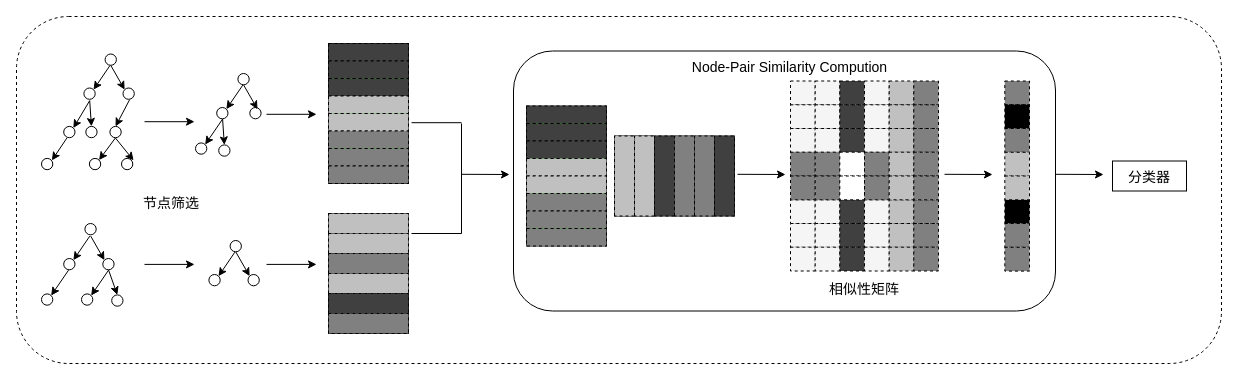
Before: page "sim" (5 of 7) of overview-tongxin.drawio in LxkdGithub/draw.io, a draw.io diagram. Source tidied: cells renumbered, new cells numbered last; positions are measured from the earlier drawing's top-left corner, leaving out a move shared by most shapes. Both pictures are drawn from the tidied source at 100%, with x=0, y=0 at pixel (16, 16).
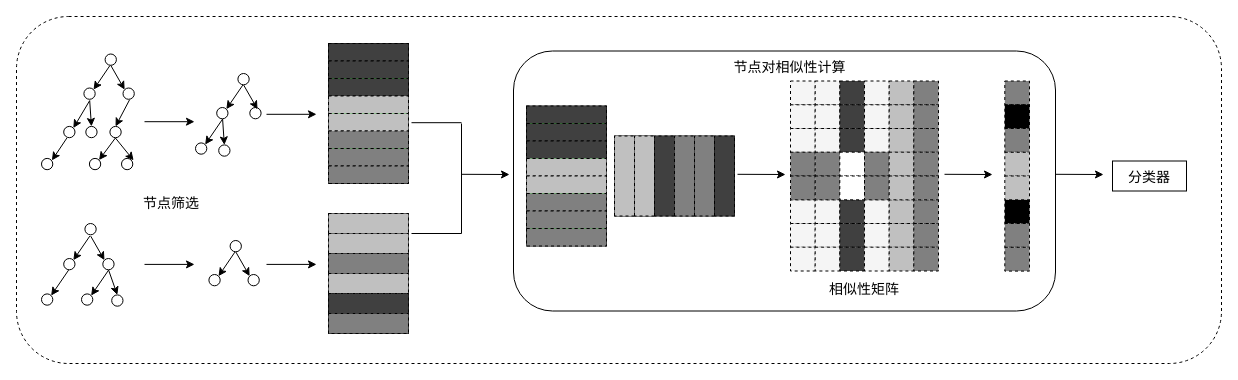
After the change.

Diff of the diagram source:
```diff
@@
-    <mxCell id="153" value="Node-Pair Similarity Compution" style="text;strokeColor=none;fillColor=none;align=center;verticalAlign=middle;rounded=0;fontSize=14;" parent="1" vertex="1">
+    <mxCell id="153" value="节点对相似性计算" style="text;strokeColor=none;fillColor=none;align=center;verticalAlign=middle;rounded=0;fontSize=14;" parent="1" vertex="1">
       <mxGeometry x="660" y="34.5" width="227" height="30" as="geometry" />
     </mxCell>
```
